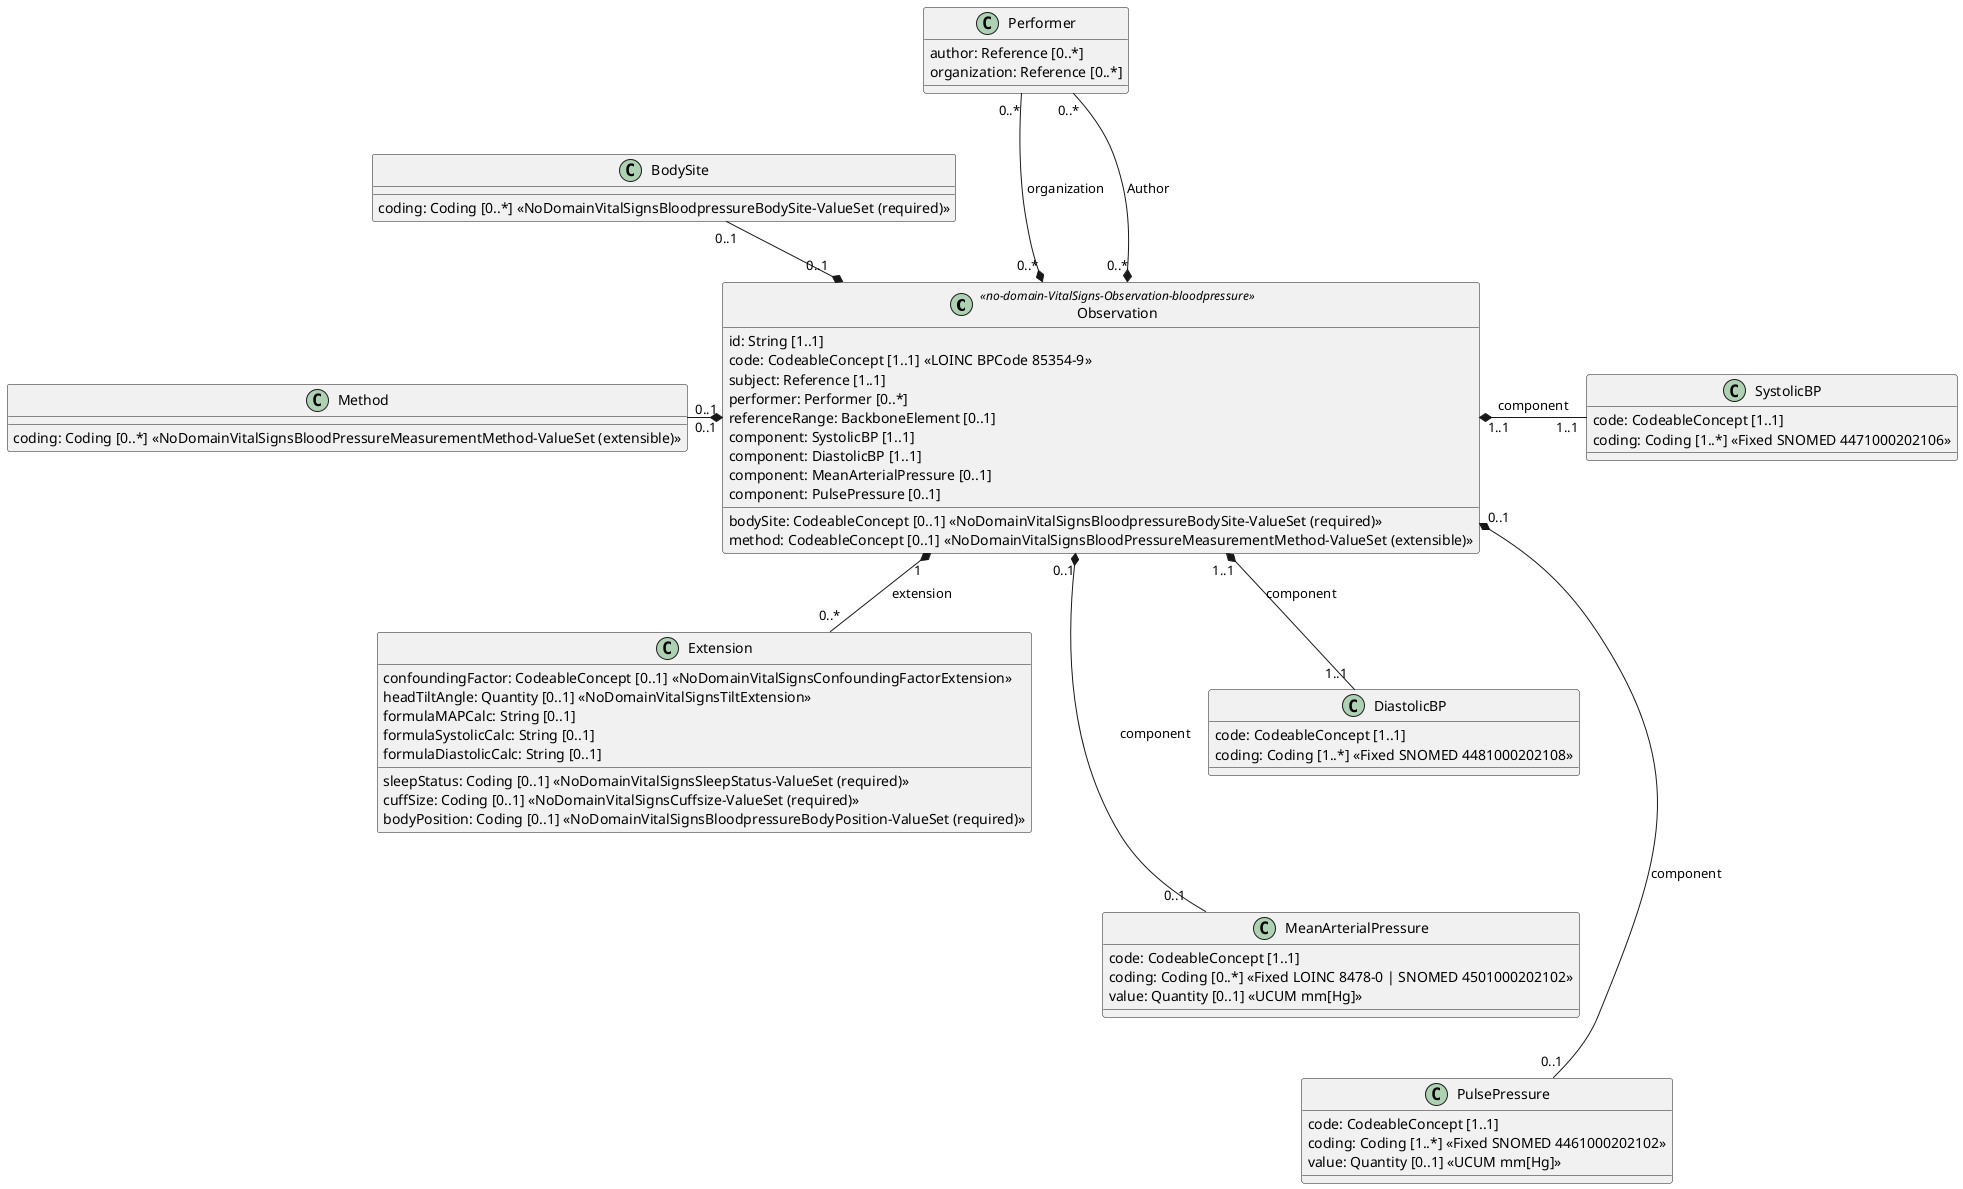
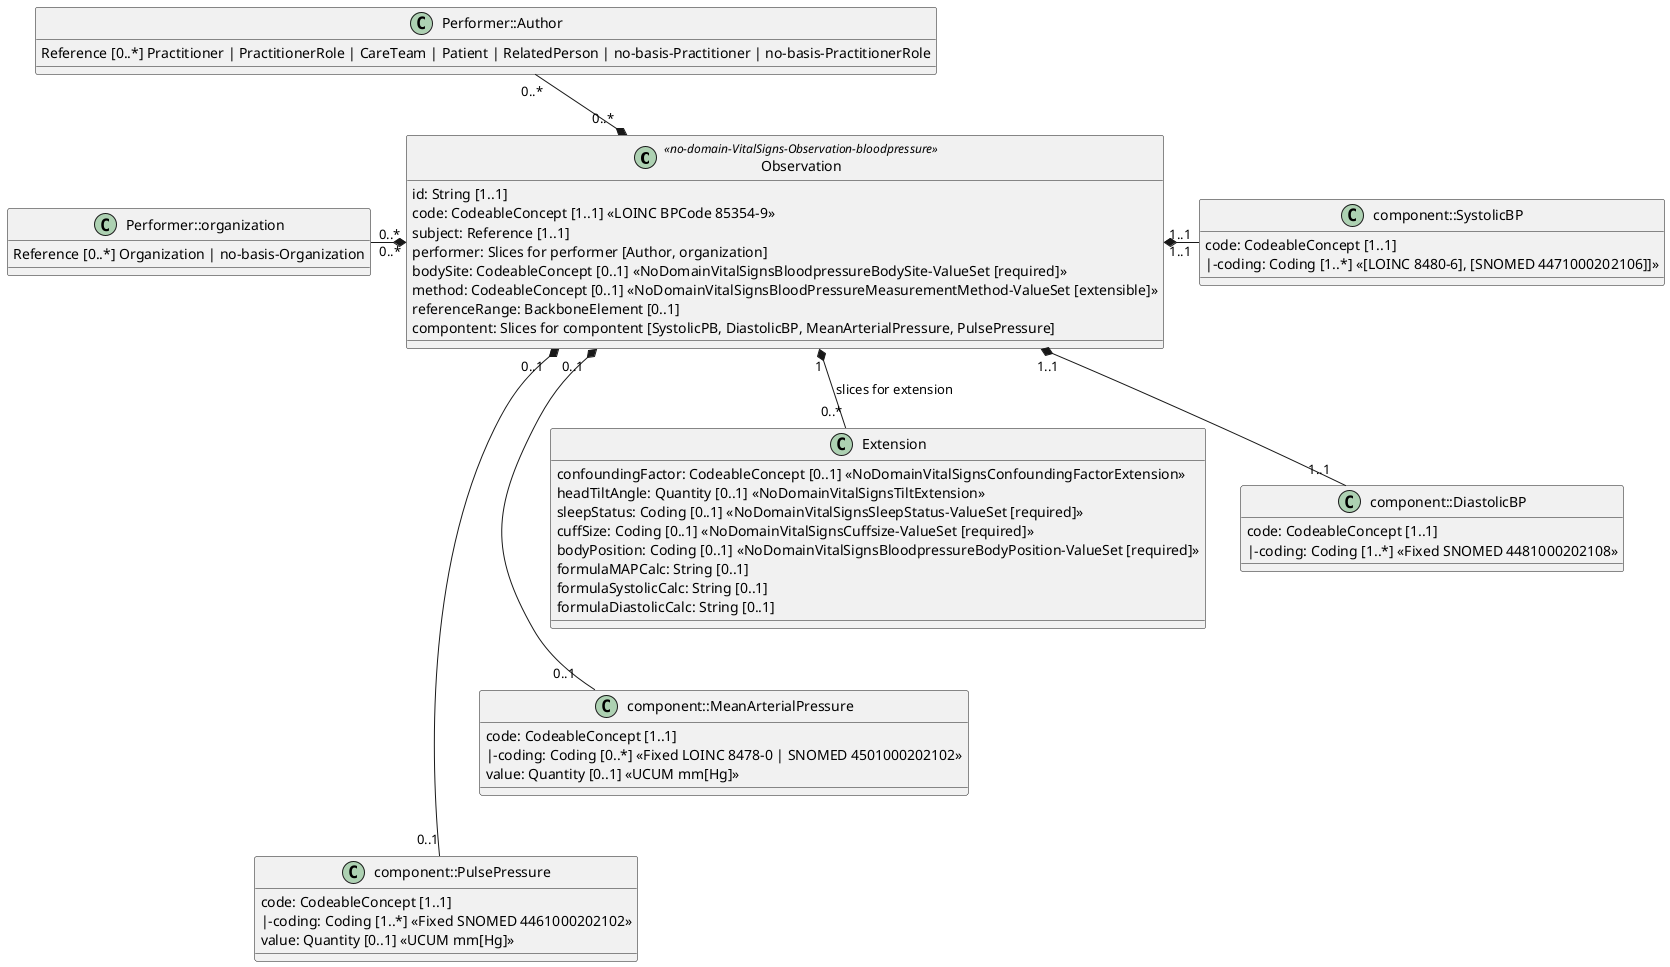
@startuml
' Hovedklasse Observation
class  Observation <<no-domain-VitalSigns-Observation-bloodpressure>> {
  id: String [1..1]
  'observation_bp: String [0..*] <<FHIR Blood Pressure Profile Norway>>
  code: CodeableConcept [1..1] <<LOINC BPCode 85354-9>>
  subject: Reference [1..1]
-   performer: Performer [0..*]
-   bodySite: CodeableConcept [0..1] <<NoDomainVitalSignsBloodpressureBodySite-ValueSet (required)>>
-   method: CodeableConcept [0..1] <<NoDomainVitalSignsBloodPressureMeasurementMethod-ValueSet (extensible)>>
+   performer: Slices for performer [Author, organization]
+   bodySite: CodeableConcept [0..1] <<NoDomainVitalSignsBloodpressureBodySite-ValueSet [required]>>
+   method: CodeableConcept [0..1] <<NoDomainVitalSignsBloodPressureMeasurementMethod-ValueSet [extensible]>>
  referenceRange: BackboneElement [0..1]
-   component: SystolicBP [1..1]
-   component: DiastolicBP [1..1]
-   component: MeanArterialPressure [0..1]
-   component: PulsePressure [0..1]
+   compontent: Slices for compontent [SystolicPB, DiastolicBP, MeanArterialPressure, PulsePressure]
}

' Extension med slices
class Extension {
  confoundingFactor: CodeableConcept [0..1] <<NoDomainVitalSignsConfoundingFactorExtension>>
  headTiltAngle: Quantity [0..1] <<NoDomainVitalSignsTiltExtension>>
-   sleepStatus: Coding [0..1] <<NoDomainVitalSignsSleepStatus-ValueSet (required)>>
-   cuffSize: Coding [0..1] <<NoDomainVitalSignsCuffsize-ValueSet (required)>>
-   bodyPosition: Coding [0..1] <<NoDomainVitalSignsBloodpressureBodyPosition-ValueSet (required)>>
+   sleepStatus: Coding [0..1] <<NoDomainVitalSignsSleepStatus-ValueSet [required]>>
+   cuffSize: Coding [0..1] <<NoDomainVitalSignsCuffsize-ValueSet [required]>>
+   bodyPosition: Coding [0..1] <<NoDomainVitalSignsBloodpressureBodyPosition-ValueSet [required]>>
  formulaMAPCalc: String [0..1]
  formulaSystolicCalc: String [0..1]
  formulaDiastolicCalc: String [0..1]
}

'class CodeableConcept {
'  coding: Coding [1..*]
'}

'class Coding {
'  system: URI [1..1]
'  code: String [1..1]
'}

- class Performer {
-   author: Reference [0..*]
-   organization: Reference [0..*]
+ class Performer::Author {
+   Reference [0..*] Practitioner | PractitionerRole | CareTeam | Patient | RelatedPerson | no-basis-Practitioner | no-basis-PractitionerRole
}

- class BodySite {
-   coding: Coding [0..*] <<NoDomainVitalSignsBloodpressureBodySite-ValueSet (required)>>
+ class Performer::organization {
+   Reference [0..*] Organization | no-basis-Organization
}

- class Method {
-   coding: Coding [0..*] <<NoDomainVitalSignsBloodPressureMeasurementMethod-ValueSet (extensible)>>
+ 'class BodySite {
+ '  coding: Coding [0..*] <<NoDomainVitalSignsBloodpressureBodySite-ValueSet (required)>>
+ '}
+ 
+ 'class Method {
+ '  coding: Coding [0..*] <<NoDomainVitalSignsBloodPressureMeasurementMethod-ValueSet (extensible)>>
+ '}
+ 
+ class component::SystolicBP {
+   code: CodeableConcept [1..1]
+   |-coding: Coding [1..*] <<[LOINC 8480-6], [SNOMED 4471000202106]]>>
}

- class SystolicBP {
+ class component::DiastolicBP {
  code: CodeableConcept [1..1]
-   coding: Coding [1..*] <<Fixed SNOMED 4471000202106>>
+   |-coding: Coding [1..*] <<Fixed SNOMED 4481000202108>>
}

- class DiastolicBP {
+ class component::MeanArterialPressure {
  code: CodeableConcept [1..1]
-   coding: Coding [1..*] <<Fixed SNOMED 4481000202108>>
- }
- 
- class MeanArterialPressure {
-   code: CodeableConcept [1..1]
-   coding: Coding [0..*] <<Fixed LOINC 8478-0 | SNOMED 4501000202102>>
+   |-coding: Coding [0..*] <<Fixed LOINC 8478-0 | SNOMED 4501000202102>>
  value: Quantity [0..1] <<UCUM mm[Hg]>>
}

- class PulsePressure {
+ class component::PulsePressure {
  code: CodeableConcept [1..1]
-   coding: Coding [1..*] <<Fixed SNOMED 4461000202102>>
+   |-coding: Coding [1..*] <<Fixed SNOMED 4461000202102>>
  value: Quantity [0..1] <<UCUM mm[Hg]>>
}

' Relasjoner
'Observation "0..*" *-- "0..*" Extension
'Observation "1..1" *-- "1..1" Reference : subject
'Observation "0..*" *-- "0..*" Performer : performer
'Observation "0..1" *-- "0..1" BodySite
'Observation "0..1" *-- "0..1" Method

'Observation "1..1" *-- "1..1" SystolicBP : component
'Observation "1..1" *-- "1..1" DiastolicBP : component
'Observation "0..1" *-- "0..1" MeanArterialPressure : component
'Observation "0..1" *-- "0..1" PulsePressure : component

- Observation "1" *-down- "0..*" Extension :extension
- Observation "0..*" *-left- "0..*" Performer :Author
- Observation "0..*" *-left- "0..*" Performer :organization
- Performer -[hidden]down- BodySite
- BodySite -[hidden]down- Method
+ Observation "1" *-down- "0..*" Extension :slices for extension
+ Observation "0..*" *-left- "0..*" Performer::Author
+ Observation "0..*" *-left- "0..*" Performer::organization
+ Performer::Author -down[hidden]- Performer::organization
+ 'Performer -[hidden]down- BodySite
+ 'BodySite -[hidden]down- Method
'Method -[hidden]down- Extension
- Observation "0..1" *-left- "0..1" BodySite
- Observation "0..1" *-left- "0..1" Method
+ 'Observation "0..1" *-left- "0..1" BodySite
+ 'Observation "0..1" *-left- "0..1" Method
'Observation "0..*" *-right- "0..*" Component
'Component "1" *-- "1" CodeableConcept
'Component "1" *-- "1" Quantity
- Observation "1..1" *-right- "1..1" SystolicBP :component
- Observation "1..1" *-right- "1..1" DiastolicBP :component
- Observation "0..1" *-right- "0..1" MeanArterialPressure :component
- Observation "0..1" *-right- "0..1" PulsePressure :component
- SystolicBP -[hidden]down- DiastolicBP
- DiastolicBP -[hidden]down- MeanArterialPressure
- MeanArterialPressure -[hidden]down- PulsePressure
+ Observation "1..1" *-right- "1..1" component::SystolicBP
+ Observation "1..1" *-right- "1..1" component::DiastolicBP
+ Observation "0..1" *-right- "0..1" component::MeanArterialPressure
+ Observation "0..1" *-right- "0..1" component::PulsePressure
+ component::SystolicBP -[hidden]down- component::DiastolicBP
+ component::DiastolicBP -[hidden]down- component::MeanArterialPressure
+ component::MeanArterialPressure -[hidden]down- component::PulsePressure
'SystolicBP "1" *-right- "1" CodeableConcept
'SystolicBP "1" *-right- "0..*" Coding
'DiastolicBP "1" *-right- "1" CodeableConcept
'DiastolicBP "1" *-right- "0..*" Coding
'MeanArterialPressure "1" *-right- "1" CodeableConcept
'MeanArterialPressure "1" *-right- "0..*" Coding
'PulsePressure "1" *-right- "1" CodeableConcept
'PulsePressure "1" *-right- "0..*" Coding

- @enduml
+ @enduml